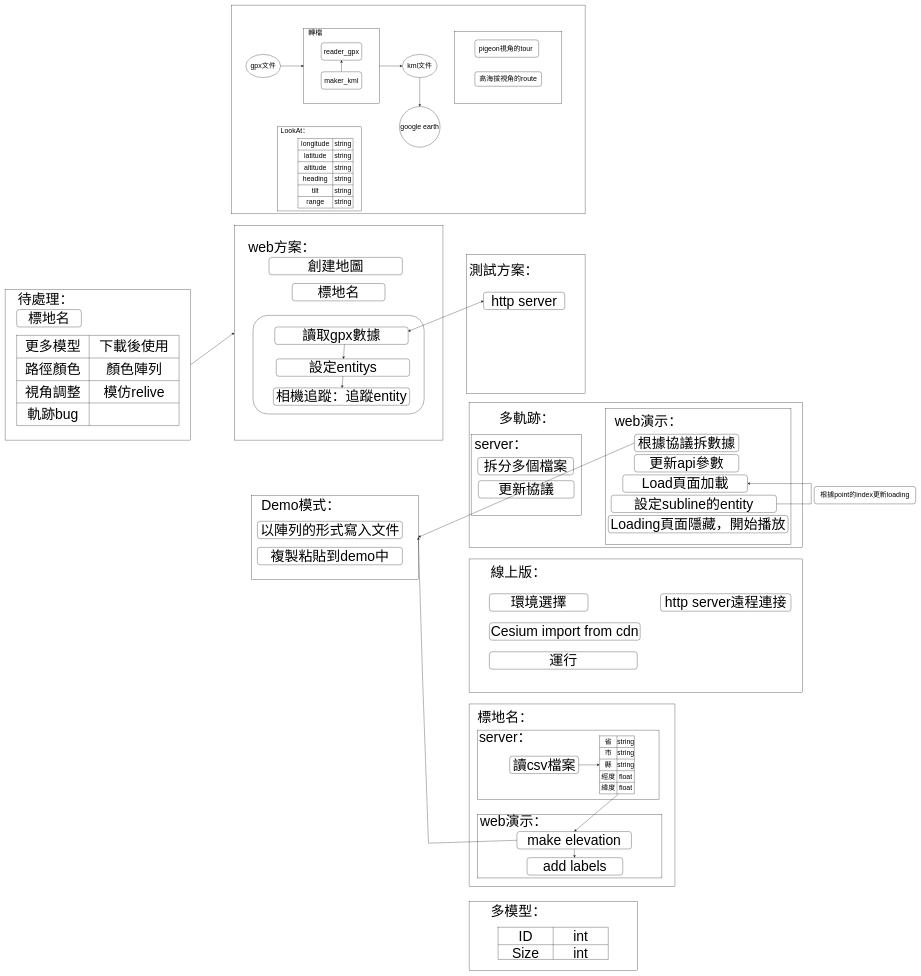
This is 3d展示.drawio from pengzhen80/PigeonRace, a draw.io file, before an edit. Source tidied: cells renumbered, new cells numbered last; positions are measured from the earlier drawing's top-left corner, leaving out a move shared by most shapes. Both pictures are drawn from the tidied source at 29%, with x=0, y=0 at pixel (5, 5).
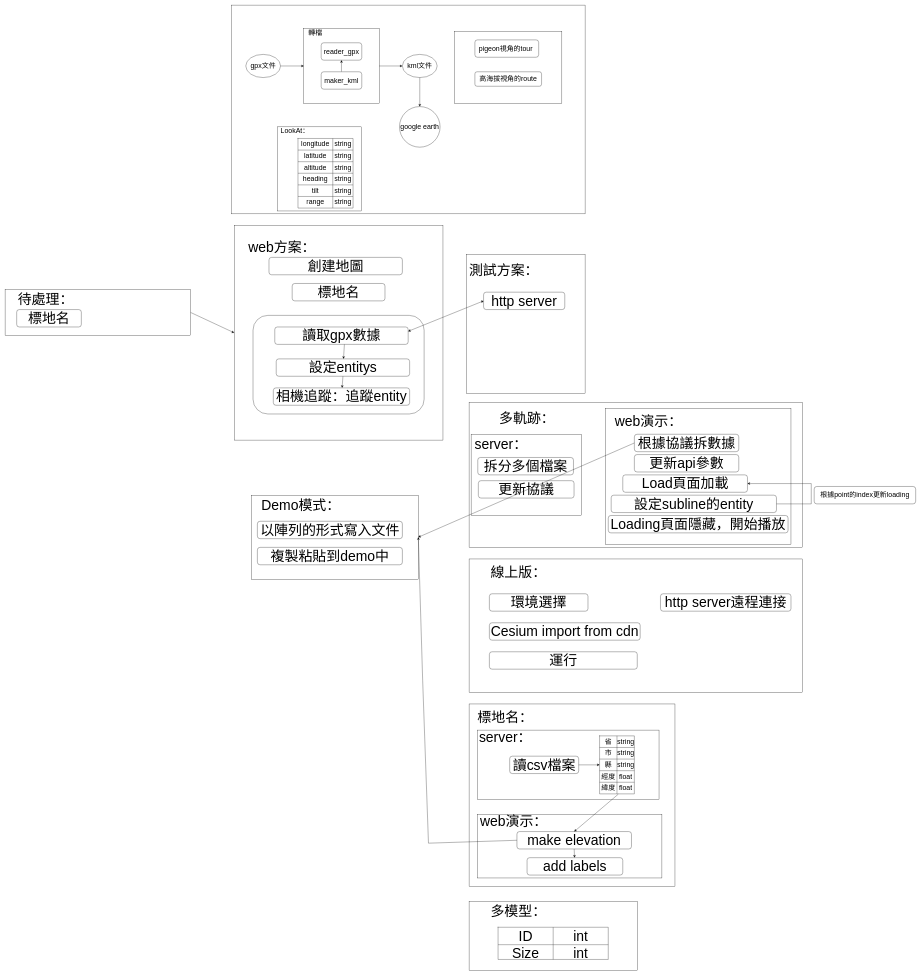
Above is the later version.

Commit message:
Update 3d展示 完成了一些任務.drawio

Change to the diagram source:
```diff
@@
     <mxCell id="7" style="rounded=0;whiteSpace=wrap;html=1;fontSize=48;" parent="1" vertex="1">
-      <mxGeometry y="980" width="640" height="520" as="geometry" />
+      <mxGeometry y="980" width="640" height="160" as="geometry" />
     </mxCell>
@@
-    <mxCell id="111" style="shape=table;startSize=0;childLayout=tableLayout;fontSize=48;" parent="1" vertex="1">
-      <mxGeometry x="40" y="1139" width="560" height="311" as="geometry" />
-    </mxCell>
-    <mxCell id="112" style="shape=tableRow;horizontal=0;startSize=0;swimlaneHead=0;swimlaneBody=0;top=0;left=0;bottom=0;right=0;fillColor=none;fontSize=48;" parent="111" vertex="1">
-      <mxGeometry width="560" height="78" as="geometry" />
-    </mxCell>
-    <mxCell id="113" value="更多模型" style="shape=partialRectangle;html=1;whiteSpace=wrap;overflow=hidden;fillColor=none;top=0;left=0;bottom=0;right=0;fontSize=48;" parent="112" vertex="1">
-      <mxGeometry width="250" height="78" as="geometry" />
-    </mxCell>
-    <mxCell id="114" value="下載後使用" style="shape=partialRectangle;html=1;whiteSpace=wrap;overflow=hidden;fillColor=none;top=0;left=0;bottom=0;right=0;fontSize=48;" parent="112" vertex="1">
-      <mxGeometry x="250" width="310" height="78" as="geometry" />
-    </mxCell>
-    <mxCell id="115" style="shape=tableRow;horizontal=0;startSize=0;swimlaneHead=0;swimlaneBody=0;top=0;left=0;bottom=0;right=0;fillColor=none;fontSize=48;" parent="111" vertex="1">
-      <mxGeometry y="78" width="560" height="78" as="geometry" />
-    </mxCell>
-    <mxCell id="116" value="路徑顏色" style="shape=partialRectangle;html=1;whiteSpace=wrap;overflow=hidden;fillColor=none;top=0;left=0;bottom=0;right=0;fontSize=48;" parent="115" vertex="1">
-      <mxGeometry width="250" height="78" as="geometry" />
-    </mxCell>
-    <mxCell id="117" value="顏色陣列" style="shape=partialRectangle;html=1;whiteSpace=wrap;overflow=hidden;fillColor=none;top=0;left=0;bottom=0;right=0;fontSize=48;" parent="115" vertex="1">
-      <mxGeometry x="250" width="310" height="78" as="geometry" />
-    </mxCell>
-    <mxCell id="118" style="shape=tableRow;horizontal=0;startSize=0;swimlaneHead=0;swimlaneBody=0;top=0;left=0;bottom=0;right=0;fillColor=none;fontSize=48;" parent="111" vertex="1">
-      <mxGeometry y="156" width="560" height="77" as="geometry" />
-    </mxCell>
-    <mxCell id="119" value="視角調整" style="shape=partialRectangle;html=1;whiteSpace=wrap;overflow=hidden;fillColor=none;top=0;left=0;bottom=0;right=0;fontSize=48;" parent="118" vertex="1">
-      <mxGeometry width="250" height="77" as="geometry" />
-    </mxCell>
-    <mxCell id="120" value="模仿relive" style="shape=partialRectangle;html=1;whiteSpace=wrap;overflow=hidden;fillColor=none;top=0;left=0;bottom=0;right=0;fontSize=48;" parent="118" vertex="1">
-      <mxGeometry x="250" width="310" height="77" as="geometry" />
-    </mxCell>
-    <mxCell id="121" style="shape=tableRow;horizontal=0;startSize=0;swimlaneHead=0;swimlaneBody=0;top=0;left=0;bottom=0;right=0;fillColor=none;fontSize=48;" parent="111" vertex="1">
-      <mxGeometry y="233" width="560" height="78" as="geometry" />
-    </mxCell>
-    <mxCell id="122" value="軌跡bug" style="shape=partialRectangle;html=1;whiteSpace=wrap;overflow=hidden;fillColor=none;top=0;left=0;bottom=0;right=0;fontSize=48;" parent="121" vertex="1">
-      <mxGeometry width="250" height="78" as="geometry" />
-    </mxCell>
-    <mxCell id="123" style="shape=partialRectangle;html=1;whiteSpace=wrap;overflow=hidden;fillColor=none;top=0;left=0;bottom=0;right=0;fontSize=48;" parent="121" vertex="1">
-      <mxGeometry x="250" width="310" height="78" as="geometry" />
-    </mxCell>
```
